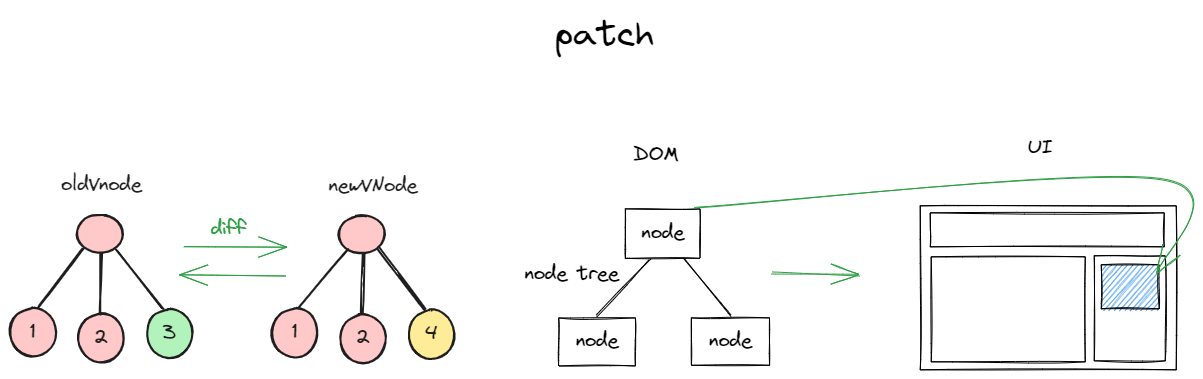
Before: public/patch.excalidraw.png, a diagram exported from Excalidraw (w2xi/vue3-slides). Source tidied: one line per element, renumbered; positions are measured from the earlier drawing's top-left corner, leaving out a move shared by most shapes. Source of this version:
```json
{"id": 0, "type": "rectangle", "strokeColor": "#000000", "strokeWidth": 1, "roughness": 1, "x": 615, "y": 199, "width": 75, "height": 49}
{"id": 1, "type": "rectangle", "strokeColor": "#000000", "strokeWidth": 1, "roughness": 1, "x": 549, "y": 308, "width": 77, "height": 48}
{"id": 2, "type": "rectangle", "strokeColor": "#000000", "strokeWidth": 1, "roughness": 1, "x": 681, "y": 308, "width": 78, "height": 47}
{"id": 3, "type": "text", "text": "node", "strokeColor": "#000000", "strokeWidth": 1, "roughness": 1, "fontSize": 20, "fontFamily": 1, "textAlign": "center", "verticalAlign": "middle", "inside": 0, "x": 631, "y": 211, "width": 43, "height": 25}
{"id": 4, "type": "text", "text": "node", "strokeColor": "#000000", "strokeWidth": 1, "roughness": 1, "fontSize": 20, "fontFamily": 1, "textAlign": "center", "verticalAlign": "middle", "inside": 1, "x": 566, "y": 319, "width": 43, "height": 25}
{"id": 5, "type": "text", "text": "node", "strokeColor": "#000000", "strokeWidth": 1, "roughness": 1, "fontSize": 20, "fontFamily": 1, "textAlign": "center", "verticalAlign": "middle", "inside": 2, "x": 699, "y": 319, "width": 43, "height": 25}
{"id": 6, "type": "line", "strokeColor": "#000000", "strokeWidth": 1, "roughness": 1, "round": true, "x": 640, "y": 249, "width": 54, "height": 57, "points": [[0, 0], [-27, 28], [-54, 57]]}
{"id": 7, "type": "line", "strokeColor": "#000000", "strokeWidth": 1, "roughness": 1, "round": true, "x": 674, "y": 248, "width": 46, "height": 58, "points": [[0, 0], [46, 58]]}
{"id": 8, "type": "text", "text": "patch", "strokeColor": "#000000", "strokeWidth": 1, "roughness": 1, "fontSize": 36, "fontFamily": 1, "x": 545, "y": 0, "width": 98, "height": 50}
{"id": 9, "type": "text", "text": "DOM", "strokeColor": "#000000", "strokeWidth": 1, "roughness": 1, "fontSize": 20, "fontFamily": 1, "x": 623, "y": 131, "width": 45, "height": 28}
{"id": 10, "type": "arrow", "strokeColor": "#2f9e44", "strokeWidth": 1, "roughness": 1, "endArrowhead": "arrow", "round": true, "x": 761, "y": 263, "width": 88, "height": 2, "points": [[0, 0], [88, 2]]}
{"id": 11, "type": "rectangle", "strokeColor": "#000000", "strokeWidth": 1, "roughness": 1, "x": 910, "y": 196, "width": 256, "height": 164}
{"id": 12, "type": "rectangle", "strokeColor": "#000000", "strokeWidth": 1, "roughness": 1, "x": 920, "y": 203, "width": 234, "height": 34}
{"id": 13, "type": "rectangle", "strokeColor": "#000000", "strokeWidth": 1, "roughness": 1, "x": 921, "y": 247, "width": 154, "height": 105}
{"id": 14, "type": "rectangle", "strokeColor": "#000000", "strokeWidth": 1, "roughness": 1, "x": 1084, "y": 246, "width": 71, "height": 105}
{"id": 15, "type": "rectangle", "strokeColor": "#000000", "backgroundColor": "#228be6", "fillStyle": "hachure", "strokeWidth": 1, "roughness": 1, "x": 1091, "y": 255, "width": 58, "height": 44}
{"id": 16, "type": "arrow", "strokeColor": "#2f9e44", "backgroundColor": "#228be6", "fillStyle": "hachure", "strokeWidth": 1, "roughness": 1, "endArrowhead": "arrow", "round": true, "from": 0, "x": 685, "y": 197, "width": 464, "height": 94, "points": [[0, 0], [464, -28], [463, 66]]}
{"id": 17, "type": "text", "text": "UI", "strokeColor": "#000000", "backgroundColor": "#228be6", "fillStyle": "hachure", "strokeWidth": 1, "roughness": 1, "fontSize": 20, "fontFamily": 1, "x": 1017, "y": 124, "width": 25, "height": 28}
{"id": 18, "type": "text", "text": "node tree", "strokeColor": "#000000", "backgroundColor": "#228be6", "fillStyle": "hachure", "strokeWidth": 1, "roughness": 1, "fontSize": 20, "fontFamily": 1, "x": 514, "y": 252, "width": 95, "height": 25}
{"id": 19, "type": "ellipse", "strokeColor": "#1e1e1e", "backgroundColor": "#ffc9c9", "fillStyle": "solid", "strokeWidth": 2, "roughness": 1, "round": true, "x": 67, "y": 205, "width": 46, "height": 38}
{"id": 20, "type": "line", "strokeColor": "#1e1e1e", "strokeWidth": 2, "roughness": 1, "round": true, "x": 73, "y": 237, "width": 46, "height": 60, "points": [[0, 0], [-46, 60]]}
{"id": 21, "type": "line", "strokeColor": "#1e1e1e", "strokeWidth": 2, "roughness": 1, "round": true, "x": 107, "y": 240, "width": 47, "height": 58, "points": [[0, 0], [47, 58]]}
{"id": 22, "type": "ellipse", "strokeColor": "#1e1e1e", "backgroundColor": "#ffc9c9", "fillStyle": "solid", "strokeWidth": 2, "roughness": 1, "round": true, "x": 0, "y": 298, "width": 46, "height": 49}
{"id": 23, "type": "text", "text": "1", "strokeColor": "#1e1e1e", "strokeWidth": 2, "roughness": 1, "fontSize": 20, "fontFamily": 1, "textAlign": "center", "verticalAlign": "middle", "inside": 22, "x": 20, "y": 310, "width": 5, "height": 25}
{"id": 24, "type": "ellipse", "strokeColor": "#1e1e1e", "backgroundColor": "#b2f2bb", "fillStyle": "solid", "strokeWidth": 2, "roughness": 1, "round": true, "x": 137, "y": 299, "width": 46, "height": 49}
{"id": 25, "type": "text", "text": "3", "strokeColor": "#1e1e1e", "strokeWidth": 2, "roughness": 1, "fontSize": 20, "fontFamily": 1, "textAlign": "center", "verticalAlign": "middle", "inside": 24, "x": 153, "y": 311, "width": 14, "height": 25}
{"id": 26, "type": "line", "strokeColor": "#1e1e1e", "strokeWidth": 2, "roughness": 1, "round": true, "x": 91, "y": 243, "width": 1, "height": 61, "points": [[0, 0], [-1, 61]]}
{"id": 27, "type": "ellipse", "strokeColor": "#1e1e1e", "backgroundColor": "#ffc9c9", "fillStyle": "solid", "strokeWidth": 2, "roughness": 1, "round": true, "x": 68, "y": 304, "width": 46, "height": 49}
{"id": 28, "type": "text", "text": "2", "strokeColor": "#1e1e1e", "strokeWidth": 2, "roughness": 1, "fontSize": 20, "fontFamily": 1, "textAlign": "center", "verticalAlign": "middle", "inside": 27, "x": 84, "y": 316, "width": 14, "height": 25}
{"id": 29, "type": "ellipse", "strokeColor": "#1e1e1e", "backgroundColor": "#ffc9c9", "fillStyle": "solid", "strokeWidth": 2, "roughness": 1, "round": true, "x": 329, "y": 205, "width": 46, "height": 38}
{"id": 30, "type": "line", "strokeColor": "#1e1e1e", "strokeWidth": 2, "roughness": 1, "round": true, "x": 338, "y": 241, "width": 49, "height": 57, "points": [[0, 0], [-49, 57]]}
{"id": 31, "type": "line", "strokeColor": "#1e1e1e", "strokeWidth": 2, "roughness": 1, "round": true, "x": 368, "y": 238, "width": 47, "height": 61, "points": [[0, 0], [47, 61]]}
{"id": 32, "type": "ellipse", "strokeColor": "#1e1e1e", "backgroundColor": "#ffc9c9", "fillStyle": "solid", "strokeWidth": 2, "roughness": 1, "round": true, "x": 262, "y": 298, "width": 46, "height": 49}
{"id": 33, "type": "text", "text": "1", "strokeColor": "#1e1e1e", "strokeWidth": 2, "roughness": 1, "fontSize": 20, "fontFamily": 1, "textAlign": "center", "verticalAlign": "middle", "inside": 32, "x": 282, "y": 310, "width": 5, "height": 25}
{"id": 34, "type": "ellipse", "strokeColor": "#1e1e1e", "backgroundColor": "#ffec99", "fillStyle": "solid", "strokeWidth": 2, "roughness": 1, "round": true, "x": 399, "y": 300, "width": 46, "height": 49}
{"id": 35, "type": "text", "text": "4", "strokeColor": "#1e1e1e", "strokeWidth": 2, "roughness": 1, "fontSize": 20, "fontFamily": 1, "textAlign": "center", "verticalAlign": "middle", "inside": 34, "x": 415, "y": 312, "width": 13, "height": 25}
{"id": 36, "type": "line", "strokeColor": "#1e1e1e", "strokeWidth": 2, "roughness": 1, "round": true, "x": 353, "y": 244, "width": 1, "height": 61, "points": [[0, 0], [-1, 61]]}
{"id": 37, "type": "ellipse", "strokeColor": "#1e1e1e", "backgroundColor": "#ffc9c9", "fillStyle": "solid", "strokeWidth": 2, "roughness": 1, "round": true, "x": 330, "y": 304, "width": 46, "height": 49}
{"id": 38, "type": "text", "text": "2", "strokeColor": "#1e1e1e", "strokeWidth": 2, "roughness": 1, "fontSize": 20, "fontFamily": 1, "textAlign": "center", "verticalAlign": "middle", "inside": 37, "x": 345, "y": 316, "width": 14, "height": 25}
{"id": 39, "type": "text", "text": "oldVnode", "strokeColor": "#1e1e1e", "backgroundColor": "#ffc9c9", "fillStyle": "solid", "strokeWidth": 2, "roughness": 1, "fontSize": 20, "fontFamily": 1, "x": 51, "y": 163, "width": 81, "height": 25}
{"id": 40, "type": "text", "text": "newVNode", "strokeColor": "#1e1e1e", "backgroundColor": "#ffc9c9", "fillStyle": "solid", "strokeWidth": 2, "roughness": 1, "fontSize": 20, "fontFamily": 1, "x": 318, "y": 164, "width": 89, "height": 25}
{"id": 41, "type": "arrow", "strokeColor": "#2f9e44", "backgroundColor": "#ffc9c9", "fillStyle": "solid", "strokeWidth": 1, "roughness": 0, "endArrowhead": "arrow", "x": 174, "y": 237, "width": 103, "height": 1, "points": [[0, 0], [103, 1]]}
{"id": 42, "type": "arrow", "strokeColor": "#2f9e44", "backgroundColor": "#ffc9c9", "fillStyle": "solid", "strokeWidth": 1, "roughness": 0, "endArrowhead": "arrow", "x": 276, "y": 266, "width": 106, "height": 1, "points": [[0, 0], [-106, -1]]}
{"id": 43, "type": "text", "text": "diff", "strokeColor": "#2f9e44", "backgroundColor": "#ffc9c9", "fillStyle": "solid", "strokeWidth": 1, "roughness": 0, "fontSize": 20, "fontFamily": 1, "x": 201, "y": 207, "width": 35, "height": 25}
```
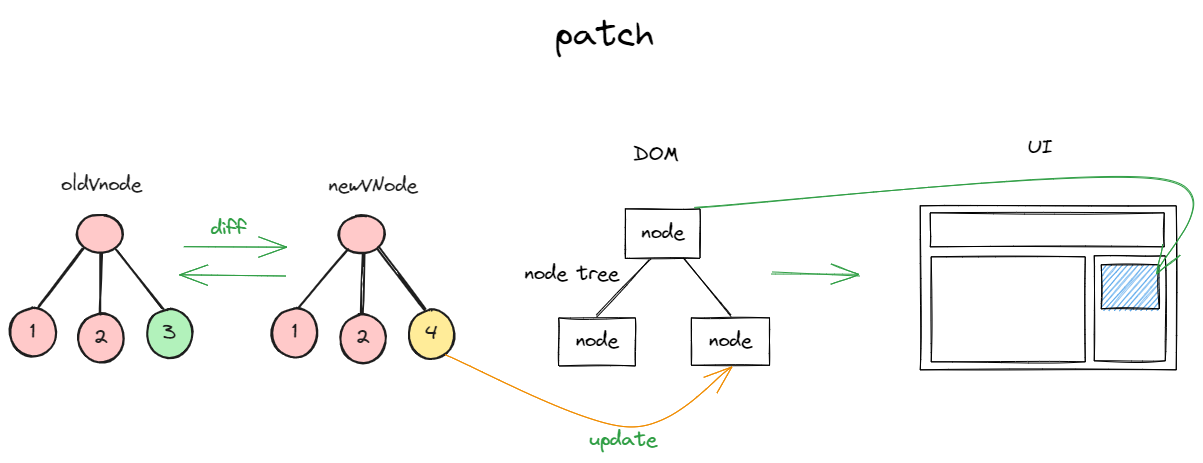
The same diagram one commit later.

Commit message:
chore: adjust patch

Diff of the diagram source:
```diff
@@ -42,3 +42,5 @@
 {"id": 41, "type": "arrow", "strokeColor": "#2f9e44", "backgroundColor": "#ffc9c9", "fillStyle": "solid", "strokeWidth": 1, "roughness": 0, "endArrowhead": "arrow", "x": 174, "y": 237, "width": 103, "height": 1, "points": [[0, 0], [103, 1]]}
 {"id": 42, "type": "arrow", "strokeColor": "#2f9e44", "backgroundColor": "#ffc9c9", "fillStyle": "solid", "strokeWidth": 1, "roughness": 0, "endArrowhead": "arrow", "x": 276, "y": 266, "width": 106, "height": 1, "points": [[0, 0], [-106, -1]]}
 {"id": 43, "type": "text", "text": "diff", "strokeColor": "#2f9e44", "backgroundColor": "#ffc9c9", "fillStyle": "solid", "strokeWidth": 1, "roughness": 0, "fontSize": 20, "fontFamily": 1, "x": 201, "y": 207, "width": 35, "height": 25}
+{"id": 44, "type": "arrow", "strokeColor": "#f08c00", "strokeWidth": 1, "roughness": 0, "endArrowhead": "arrow", "round": true, "from": 34, "to": 2, "x": 435, "y": 345, "width": 287, "height": 72, "points": [[0, 0], [183, 72], [287, 12]]}
+{"id": 45, "type": "text", "text": "update", "strokeColor": "#2f9e44", "strokeWidth": 1, "roughness": 0, "fontSize": 20, "fontFamily": 1, "x": 579, "y": 418, "width": 68, "height": 25}
```
